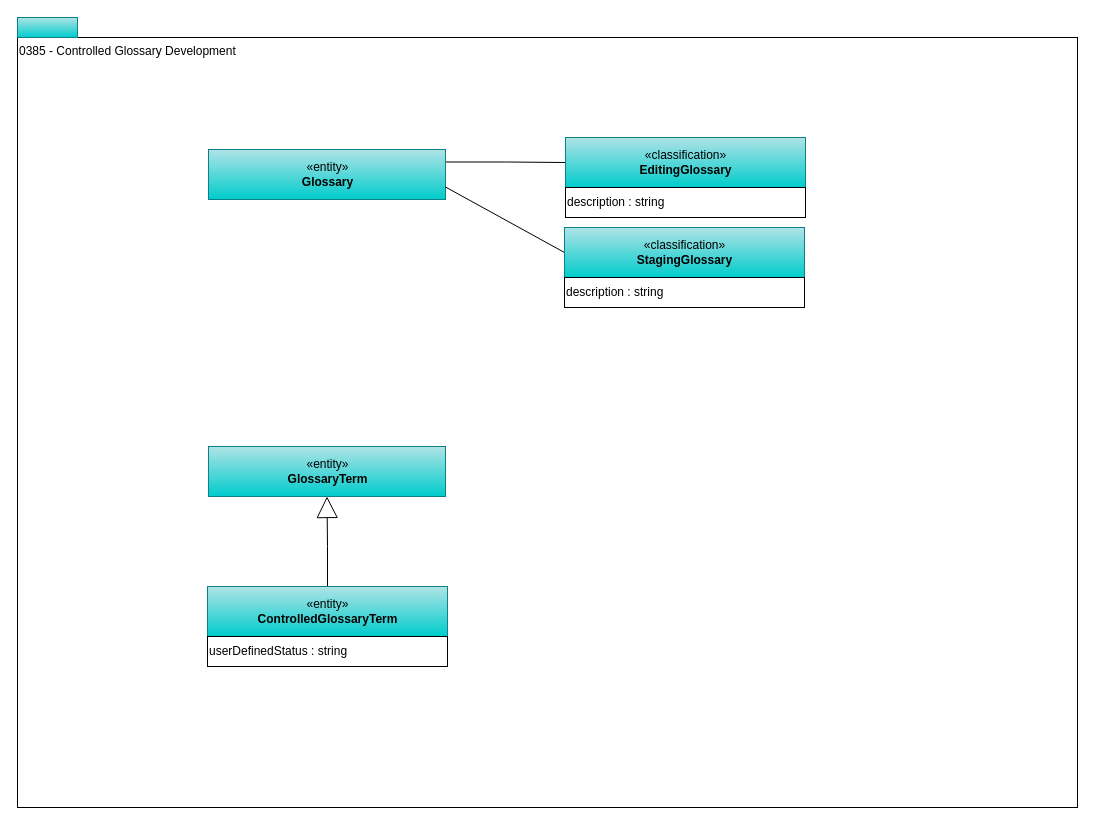
Before: page "0385-Controlled-Glossary-Development" (10 of 13) of site/docs/types/3/area-3-glossary.drawio in odpi/egeria-docs, a draw.io diagram. Source tidied: cells renumbered, new cells numbered last; positions are measured from the earlier drawing's top-left corner, leaving out a move shared by most shapes. Both pictures are drawn from the tidied source at 100%, with x=0, y=0 at pixel (17, 17).
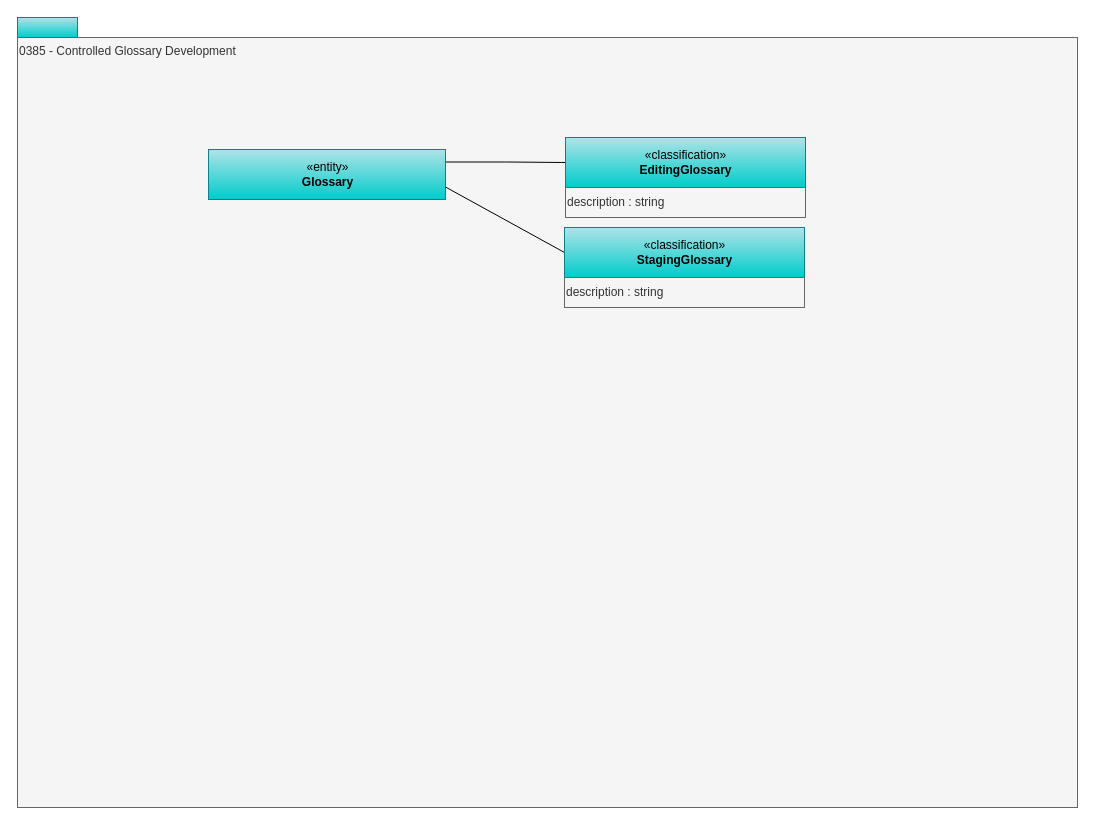
The same page after the edit.

What changed in the source:
```diff
@@
 <mxGraphModel>
   <root>
     <mxCell id="0" />
     <mxCell id="1" parent="0" />
-    <mxCell id="2" value="0385 - Controlled Glossary Development" style="rounded=0;whiteSpace=wrap;html=1;align=left;verticalAlign=top;" parent="1" vertex="1">
+    <mxCell id="2" value="0385 - Controlled Glossary Development" style="rounded=0;whiteSpace=wrap;html=1;align=left;verticalAlign=top;fillColor=#f5f5f5;fontColor=#333333;strokeColor=#666666;" parent="1" vertex="1">
       <mxGeometry y="20" width="1060" height="770" as="geometry" />
     </mxCell>
     <mxCell id="3" style="rounded=0;whiteSpace=wrap;html=1;align=left;fillColor=#b0e3e6;strokeColor=#0e8088;gradientColor=#00CCCC;" parent="1" vertex="1">
       <mxGeometry width="60" height="20" as="geometry" />
     </mxCell>
-    <mxCell id="4" style="edgeStyle=orthogonalEdgeStyle;rounded=0;jettySize=auto;html=1;exitX=0.5;exitY=0;exitDx=0;exitDy=0;entryX=0.5;entryY=1;entryDx=0;entryDy=0;endArrow=block;endFill=0;endSize=19;" parent="1" edge="1" source="5" target="6">
-      <mxGeometry relative="1" as="geometry" />
-    </mxCell>
-    <mxCell id="5" value="«entity»&lt;br&gt;&lt;b&gt;ControlledGlossaryTerm&lt;/b&gt;" style="html=1;strokeColor=#0e8088;align=center;fillColor=#b0e3e6;gradientColor=#00CCCC;" parent="1" vertex="1">
-      <mxGeometry x="190" y="569" width="240" height="50" as="geometry" />
-    </mxCell>
-    <mxCell id="6" value="«entity»&lt;br&gt;&lt;b&gt;GlossaryTerm&lt;/b&gt;" style="html=1;strokeColor=#0e8088;align=center;fillColor=#b0e3e6;gradientColor=#00CCCC;" parent="1" vertex="1">
-      <mxGeometry x="191" y="429" width="237" height="50" as="geometry" />
-    </mxCell>
-    <mxCell id="7" value="userDefinedStatus : string&lt;br&gt;&lt;div style=&quot;text-align: left&quot;&gt;&lt;/div&gt;" style="rounded=0;whiteSpace=wrap;html=1;strokeColor=#000000;gradientColor=#ffffff;align=left;" parent="1" vertex="1">
-      <mxGeometry x="190" y="619" width="240" height="30" as="geometry" />
-    </mxCell>
     <mxCell id="8" style="edgeStyle=orthogonalEdgeStyle;rounded=0;jettySize=auto;html=1;exitX=1;exitY=0.25;exitDx=0;exitDy=0;entryX=0;entryY=0.5;entryDx=0;entryDy=0;endArrow=none;endFill=0;" parent="1" edge="1" source="9" target="10">
       <mxGeometry relative="1" as="geometry" />
     </mxCell>
     <mxCell id="9" value="«entity»&lt;br&gt;&lt;b&gt;Glossary&lt;/b&gt;" style="html=1;strokeColor=#0e8088;align=center;fillColor=#b0e3e6;gradientColor=#00CCCC;" parent="1" vertex="1">
       <mxGeometry x="191" y="132" width="237" height="50" as="geometry" />
     </mxCell>
     <mxCell id="10" value="«classification»&lt;br&gt;&lt;b&gt;EditingGlossary&lt;/b&gt;" style="html=1;strokeColor=#0e8088;align=center;fillColor=#b0e3e6;gradientColor=#00CCCC;" parent="1" vertex="1">
       <mxGeometry x="548" y="120" width="240" height="50" as="geometry" />
     </mxCell>
-    <mxCell id="11" value="description : string&lt;br&gt;&lt;div style=&quot;text-align: left&quot;&gt;&lt;/div&gt;" style="rounded=0;whiteSpace=wrap;html=1;strokeColor=#000000;gradientColor=#ffffff;align=left;" parent="1" vertex="1">
+    <mxCell id="11" value="description : string&lt;br&gt;&lt;div style=&quot;text-align: left&quot;&gt;&lt;/div&gt;" style="rounded=0;whiteSpace=wrap;html=1;strokeColor=#666666;align=left;fillColor=#f5f5f5;fontColor=#333333;" parent="1" vertex="1">
       <mxGeometry x="548" y="170" width="240" height="30" as="geometry" />
     </mxCell>
     <mxCell id="12" style="rounded=0;jettySize=auto;html=1;exitX=0;exitY=0.5;exitDx=0;exitDy=0;entryX=1;entryY=0.75;entryDx=0;entryDy=0;endArrow=none;endFill=0;" parent="1" edge="1" source="13" target="9">
       <mxGeometry relative="1" as="geometry" />
     </mxCell>
     <mxCell id="13" value="«classification»&lt;br&gt;&lt;b&gt;StagingGlossary&lt;/b&gt;" style="html=1;strokeColor=#0e8088;align=center;fillColor=#b0e3e6;gradientColor=#00CCCC;" parent="1" vertex="1">
       <mxGeometry x="547" y="210" width="240" height="50" as="geometry" />
     </mxCell>
-    <mxCell id="14" value="description : string" style="rounded=0;whiteSpace=wrap;html=1;strokeColor=#000000;gradientColor=#ffffff;align=left;" parent="1" vertex="1">
+    <mxCell id="14" value="description : string" style="rounded=0;whiteSpace=wrap;html=1;strokeColor=#666666;align=left;fillColor=#f5f5f5;fontColor=#333333;" parent="1" vertex="1">
       <mxGeometry x="547" y="260" width="240" height="30" as="geometry" />
     </mxCell>
   </root>
 </mxGraphModel>
```
